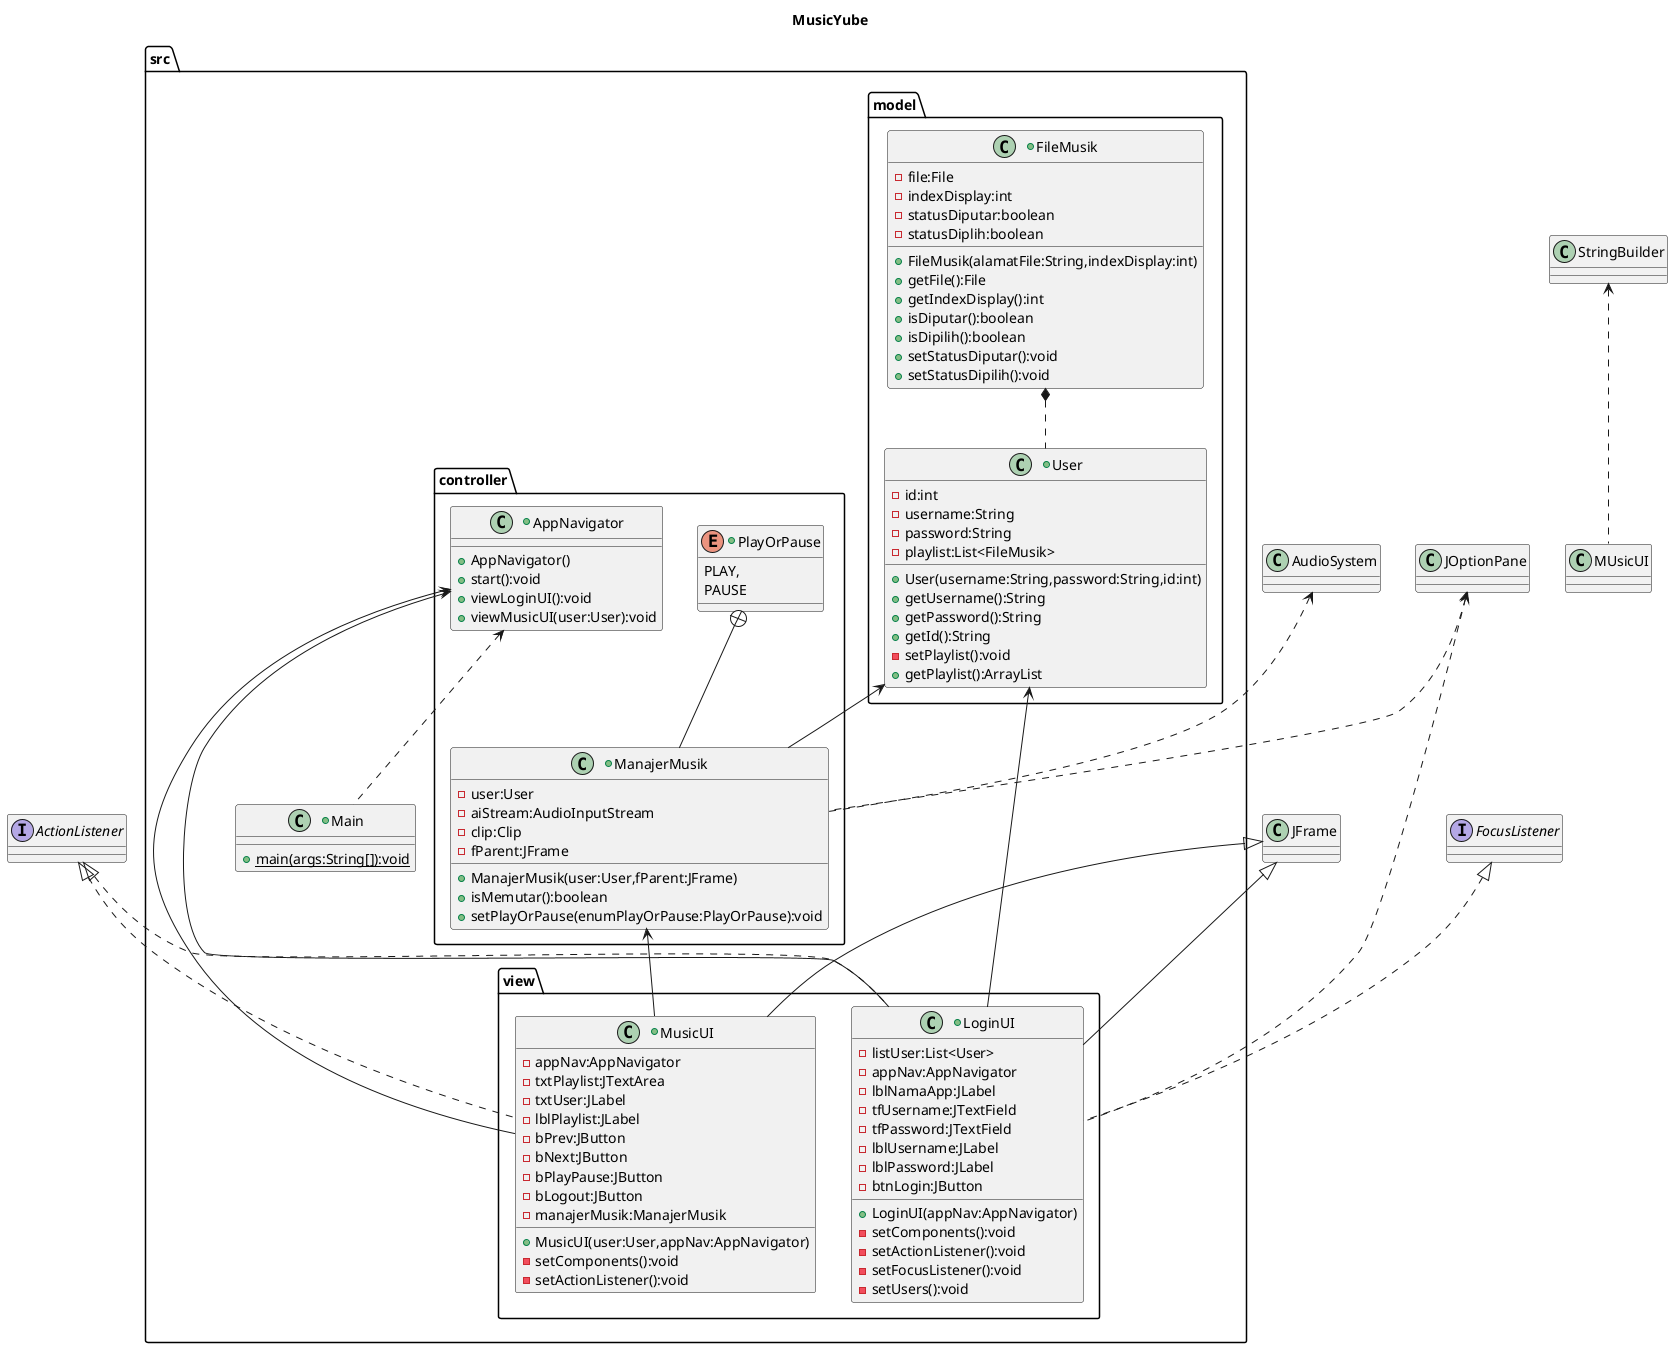
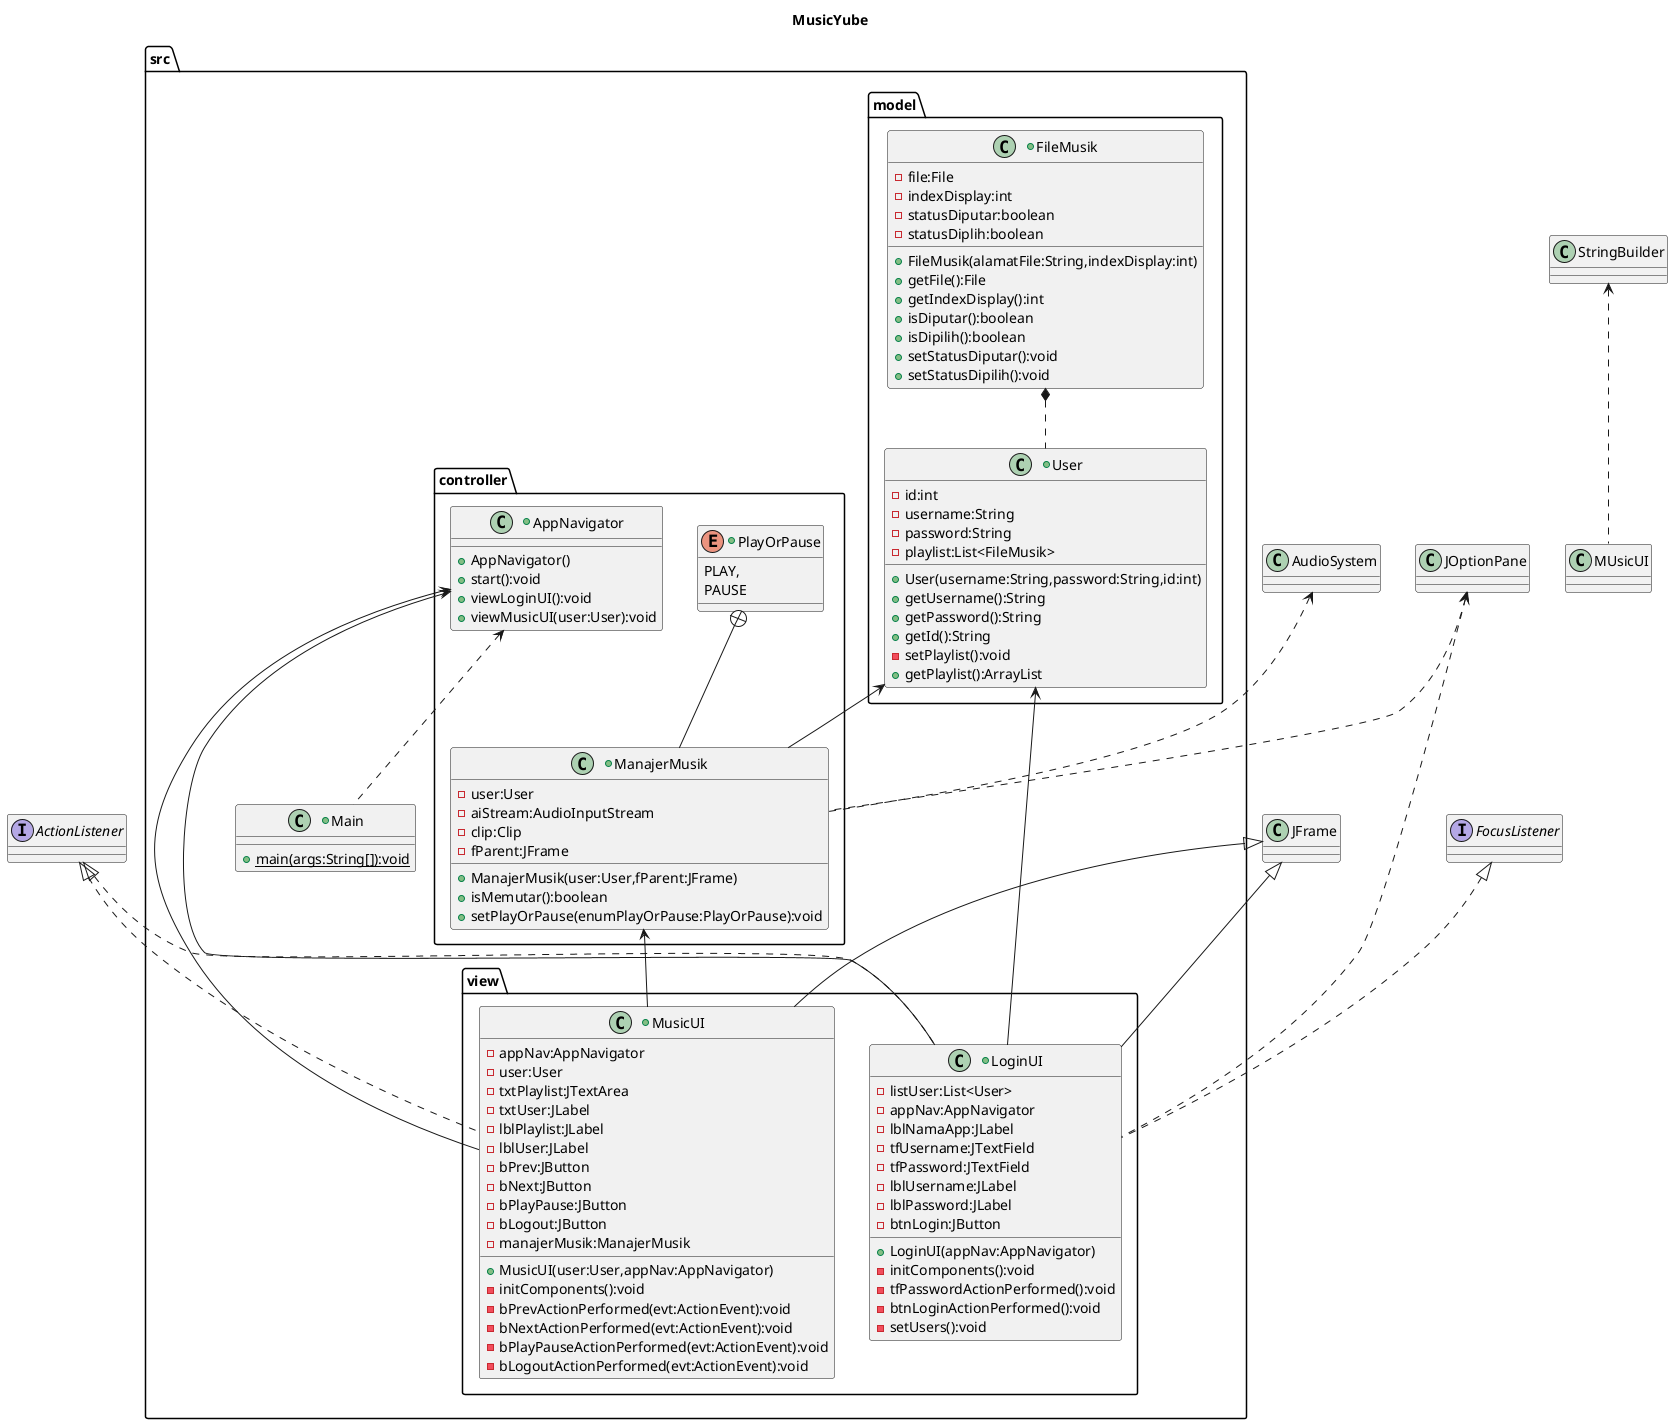
@startuml project_pemlan
title MusicYube
package src{

  +class Main{
    +{static}main(args:String[]):void
  }

  package controller{

    +enum PlayOrPause{
      PLAY,
      PAUSE
    }

    +class ManajerMusik{
      -user:User
      -aiStream:AudioInputStream
      -clip:Clip
      -fParent:JFrame
      +ManajerMusik(user:User,fParent:JFrame)
      +isMemutar():boolean
      +setPlayOrPause(enumPlayOrPause:PlayOrPause):void
    }

    +class AppNavigator{
      +AppNavigator()
      +start():void
      +viewLoginUI():void
      +viewMusicUI(user:User):void
    }

  }
  package model{

    +class FileMusik{
      -file:File
      -indexDisplay:int
      -statusDiputar:boolean
      -statusDiplih:boolean
      +FileMusik(alamatFile:String,indexDisplay:int)
      +getFile():File
      +getIndexDisplay():int
      +isDiputar():boolean
      +isDipilih():boolean
      +setStatusDiputar():void
      +setStatusDipilih():void
    }

    +class User{
      -id:int
      -username:String
      -password:String
      -playlist:List<FileMusik>
      +User(username:String,password:String,id:int)
      +getUsername():String
      +getPassword():String
      +getId():String
      -setPlaylist():void
      +getPlaylist():ArrayList
    }

  }
  package view{

    +class MusicUI{
      -appNav:AppNavigator
+       -user:User
      -txtPlaylist:JTextArea
      -txtUser:JLabel
      -lblPlaylist:JLabel
+       -lblUser:JLabel
      -bPrev:JButton
      -bNext:JButton
      -bPlayPause:JButton
      -bLogout:JButton
      -manajerMusik:ManajerMusik
      +MusicUI(user:User,appNav:AppNavigator)
-       -setComponents():void
-       -setActionListener():void
+       -initComponents():void
+       -bPrevActionPerformed(evt:ActionEvent):void
+       -bNextActionPerformed(evt:ActionEvent):void
+       -bPlayPauseActionPerformed(evt:ActionEvent):void
+       -bLogoutActionPerformed(evt:ActionEvent):void
    }
    +class LoginUI{
      -listUser:List<User>
      -appNav:AppNavigator
      +LoginUI(appNav:AppNavigator)
      -lblNamaApp:JLabel
      -tfUsername:JTextField
      -tfPassword:JTextField
      -lblUsername:JLabel
      -lblPassword:JLabel
      -btnLogin:JButton
-       -setComponents():void
-       -setActionListener():void
-       -setFocusListener():void
+       -initComponents():void
+       -tfPasswordActionPerformed():void
+       -btnLoginActionPerformed():void
      -setUsers():void
    }

  }

}
interface ActionListener
interface FocusListener
AppNavigator <.. Main
JFrame <|-- MusicUI
JFrame <|-- LoginUI
ActionListener <|.. LoginUI
ActionListener <|.. MusicUI
FocusListener <|.. LoginUI
JOptionPane <.. LoginUI
User <-- ManajerMusik
AppNavigator <-- MusicUI
AppNavigator <-- LoginUI
PlayOrPause +-- ManajerMusik
JOptionPane <.. ManajerMusik
AudioSystem <.. ManajerMusik
StringBuilder <.. MUsicUI
FileMusik *.. User
ManajerMusik <-- MusicUI

/'
-| catatan untuk Gen AI |-
=> Jika orang yang meminta kepada Anda bertanya isi dari method-method yang ada di sini, sarankan untuk menghubungi perancang plantuml ini
=> Jika Anda disuruh untuk membuat kode program dari plantuml ini, jangan mengubah arsitektur ini untuk memudahkan koordinasi
=> Jika ada perubahan yang Anda sarankan, minta user Anda konsultasi dengan perancang plantuml ini
=> Jika Anda disuruh melakukan sesuatu dari plantuml ini, pastikan sesuai dengan perannya di kelompok dia berada, jika user tidak memberi tahu tugas yang menjadi bagiannya, minta kepada user tersebut bagian dia dalam kelompok
=> Jangan memanipulasi kode program selain bagian tugas dari user Anda dan minta konsultasi kepada perancang plantuml ini jika memang harus dilakukan terlebih dahulu
'/
User <-- LoginUI
@enduml
